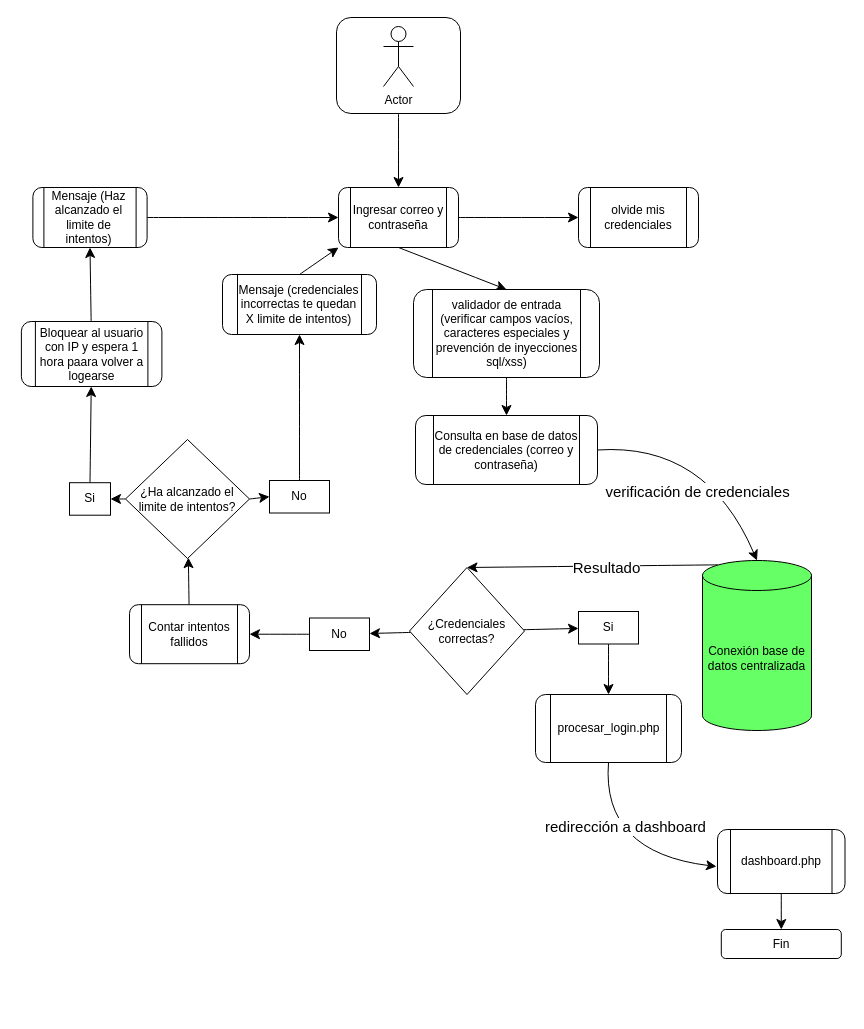
Above: digramas/1.Algoritmo_login.drawio in Andreszxc2001/Sistema-Integral-de-Asistencias-SIA- (draw.io), before the change. Source tidied: cells renumbered, new cells numbered last; positions are measured from the earlier drawing's top-left corner, leaving out a move shared by most shapes. Both pictures are drawn from the tidied source at 100%, with x=0, y=0 at pixel (21, 17).
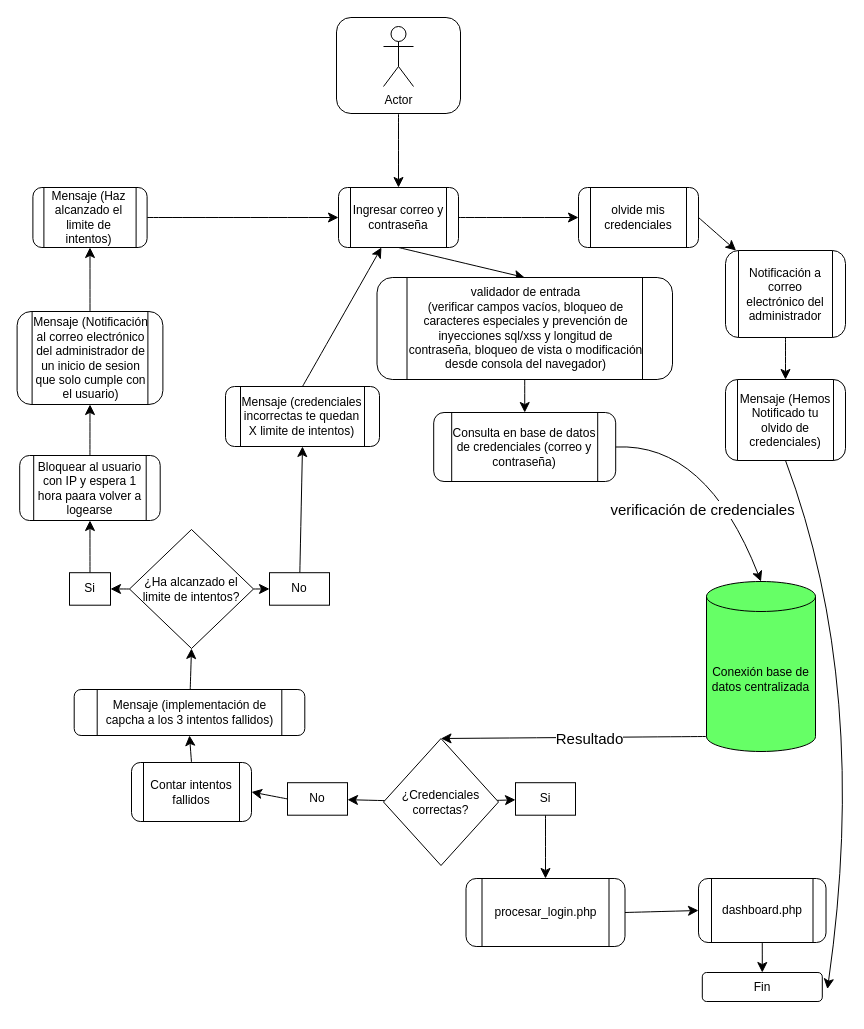
After the change.

The change refers to these unchanged cells:
```xml
<mxCell id="7" value="Ingresar correo y contraseña" style="shape=process;whiteSpace=wrap;html=1;backgroundOutline=1;rounded=1;strokeColor=default;align=center;verticalAlign=middle;fontFamily=Helvetica;fontSize=12;fontColor=default;fillColor=default;" parent="1" vertex="1">
  <mxGeometry x="317" y="170" width="120" height="60" as="geometry" />
</mxCell>
<mxCell id="22" value="olvide mis credenciales" style="shape=process;whiteSpace=wrap;html=1;backgroundOutline=1;rounded=1;strokeColor=default;align=center;verticalAlign=middle;fontFamily=Helvetica;fontSize=12;fontColor=default;fillColor=default;" parent="1" vertex="1">
  <mxGeometry x="557" y="170" width="120" height="60" as="geometry" />
</mxCell>
<mxCell id="47" value="Mensaje (Haz alcanzado el limite de intentos)" style="shape=process;whiteSpace=wrap;html=1;backgroundOutline=1;rounded=1;strokeColor=default;align=center;verticalAlign=middle;fontFamily=Helvetica;fontSize=12;fontColor=default;fillColor=default;" parent="1" vertex="1">
  <mxGeometry x="11.4" y="170" width="114.2" height="60" as="geometry" />
</mxCell>
```

Change to the diagram source:
```diff
@@
-    <mxCell id="2" style="edgeStyle=none;curved=1;rounded=0;jettySize=auto;html=1;fontFamily=Helvetica;fontSize=12;fontColor=default;startSize=8;endSize=8;exitX=0.145;exitY=0;exitDx=0;exitDy=4.35;exitPerimeter=0;entryX=0.5;entryY=0;entryDx=0;entryDy=0;" parent="1" edge="1" source="4" target="17">
+    <mxCell id="2" style="edgeStyle=none;curved=1;rounded=0;jettySize=auto;html=1;fontFamily=Helvetica;fontSize=12;fontColor=default;startSize=8;endSize=8;entryX=0.5;entryY=0;entryDx=0;entryDy=0;exitX=0;exitY=1;exitDx=0;exitDy=-15;exitPerimeter=0;" parent="1" edge="1" source="4" target="17">
       <mxGeometry relative="1" as="geometry" />
     </mxCell>
@@
     <mxCell id="4" value="Conexión base de datos centralizada" style="shape=cylinder3;whiteSpace=wrap;html=1;boundedLbl=1;backgroundOutline=1;size=15;fillColor=light-dark(#66FF66,#66FF66);" parent="1" vertex="1">
-      <mxGeometry x="681" y="543" width="109" height="170" as="geometry" />
+      <mxGeometry x="685" y="564" width="109" height="170" as="geometry" />
     </mxCell>
@@
-    <mxCell id="9" value="validador de entrada&lt;div&gt;(verificar campos vacíos, caracteres especiales y prevención de inyecciones sql/xss)&lt;/div&gt;" style="shape=process;whiteSpace=wrap;html=1;backgroundOutline=1;rounded=1;strokeColor=default;align=center;verticalAlign=middle;fontFamily=Helvetica;fontSize=12;fontColor=default;fillColor=default;" parent="1" vertex="1">
-      <mxGeometry x="392" y="272" width="186" height="88" as="geometry" />
+    <mxCell id="9" value="validador de entrada&lt;div&gt;(verificar campos vacíos, bloqueo de caracteres especiales y prevención de inyecciones sql/xss y longitud de contraseña, bloqueo de vista o modificación desde consola del navegador)&lt;/div&gt;" style="shape=process;whiteSpace=wrap;html=1;backgroundOutline=1;rounded=1;strokeColor=default;align=center;verticalAlign=middle;fontFamily=Helvetica;fontSize=12;fontColor=default;fillColor=default;" parent="1" vertex="1">
+      <mxGeometry x="355.5" y="260" width="295.5" height="102" as="geometry" />
     </mxCell>
     <mxCell id="10" value="Consulta en base de datos de credenciales (correo y contraseña)" style="shape=process;whiteSpace=wrap;html=1;backgroundOutline=1;rounded=1;strokeColor=default;align=center;verticalAlign=middle;fontFamily=Helvetica;fontSize=12;fontColor=default;fillColor=default;" parent="1" vertex="1">
-      <mxGeometry x="394" y="398" width="182" height="69" as="geometry" />
+      <mxGeometry x="412.2" y="395" width="182" height="69" as="geometry" />
     </mxCell>
@@
     <mxCell id="17" value="¿Credenciales correctas?" style="rhombus;whiteSpace=wrap;html=1;fillColor=light-dark(#FFFFFF,#66FF66);" parent="1" vertex="1">
-      <mxGeometry x="388" y="550" width="115" height="127" as="geometry" />
+      <mxGeometry x="362" y="721" width="115" height="127" as="geometry" />
     </mxCell>
@@
     <mxCell id="19" value="No" style="whiteSpace=wrap;html=1;fillColor=light-dark(#FFFFFF,#66FF66);" parent="1" vertex="1">
-      <mxGeometry x="288" y="600.5" width="60" height="32.5" as="geometry" />
+      <mxGeometry x="266" y="765.2" width="60" height="32.5" as="geometry" />
     </mxCell>
@@
     <mxCell id="21" value="Si" style="whiteSpace=wrap;html=1;fillColor=light-dark(#FFFFFF,#66FF66);" parent="1" vertex="1">
-      <mxGeometry x="557" y="594" width="60" height="32.5" as="geometry" />
+      <mxGeometry x="494" y="765.2" width="60" height="32.5" as="geometry" />
     </mxCell>
+    <mxCell id="48" style="edgeStyle=none;curved=1;rounded=0;jettySize=auto;html=1;fontSize=12;startSize=8;endSize=8;exitX=1;exitY=0.5;exitDx=0;exitDy=0;" parent="1" edge="1" source="22" target="58">
+      <mxGeometry relative="1" as="geometry" />
+    </mxCell>
@@
-    <mxCell id="23" style="edgeStyle=none;curved=1;rounded=0;jettySize=auto;html=1;exitX=0.5;exitY=0;exitDx=0;exitDy=0;entryX=0;entryY=1;entryDx=0;entryDy=0;fontFamily=Helvetica;fontSize=12;fontColor=default;startSize=8;endSize=8;" parent="1" edge="1" source="24" target="7">
+    <mxCell id="23" style="edgeStyle=none;curved=1;rounded=0;jettySize=auto;html=1;exitX=0.5;exitY=0;exitDx=0;exitDy=0;fontFamily=Helvetica;fontSize=12;fontColor=default;startSize=8;endSize=8;" parent="1" edge="1" source="24" target="7">
       <mxGeometry relative="1" as="geometry" />
     </mxCell>
     <mxCell id="24" value="Mensaje (credenciales incorrectas te quedan X limite de intentos)" style="shape=process;whiteSpace=wrap;html=1;backgroundOutline=1;rounded=1;strokeColor=default;align=center;verticalAlign=middle;fontFamily=Helvetica;fontSize=12;fontColor=default;fillColor=default;" parent="1" vertex="1">
-      <mxGeometry x="201" y="257" width="154" height="60" as="geometry" />
+      <mxGeometry x="204" y="369" width="154" height="60" as="geometry" />
     </mxCell>
@@
-    <mxCell id="26" style="edgeStyle=none;curved=1;rounded=0;jettySize=auto;html=1;exitX=0.5;exitY=1;exitDx=0;exitDy=0;fontFamily=Helvetica;fontSize=12;fontColor=default;startSize=8;endSize=8;" parent="1" edge="1" source="29">
-      <mxGeometry relative="1" as="geometry">
-        <mxPoint x="695" y="849" as="targetPoint" />
-        <Array as="points">
-          <mxPoint x="580" y="835" />
-        </Array>
-      </mxGeometry>
-    </mxCell>
-    <mxCell id="27" style="edgeLabel;html=1;align=center;verticalAlign=middle;fontSize=12;rounded=1;strokeColor=default;fontFamily=Helvetica;fontColor=default;fillColor=default;" parent="26" vertex="1">
-      <mxGeometry x="-0.4" y="19" relative="1" as="geometry" />
-    </mxCell>
-    <mxCell id="28" value="&lt;span style=&quot;font-size: 15px;&quot;&gt;redirección a dashboard&lt;/span&gt;" style="edgeLabel;html=1;align=center;verticalAlign=middle;fontSize=12;rounded=1;strokeColor=default;fontFamily=Helvetica;fontColor=default;fillColor=default;" parent="26" vertex="1">
-      <mxGeometry x="-0.4" y="21" relative="1" as="geometry" />
-    </mxCell>
+    <mxCell id="49" style="edgeStyle=none;curved=1;rounded=0;jettySize=auto;html=1;exitX=1;exitY=0.5;exitDx=0;exitDy=0;entryX=0;entryY=0.5;entryDx=0;entryDy=0;fontSize=12;startSize=8;endSize=8;" parent="1" edge="1" source="29" target="31">
+      <mxGeometry relative="1" as="geometry" />
+    </mxCell>
     <mxCell id="29" value="procesar_login.php" style="shape=process;whiteSpace=wrap;html=1;backgroundOutline=1;rounded=1;strokeColor=default;align=center;verticalAlign=middle;fontFamily=Helvetica;fontSize=12;fontColor=default;fillColor=default;" parent="1" vertex="1">
-      <mxGeometry x="514" y="677" width="146" height="68" as="geometry" />
+      <mxGeometry x="444.5" y="861" width="159" height="68" as="geometry" />
     </mxCell>
@@
     <mxCell id="31" value="dashboard.php" style="shape=process;whiteSpace=wrap;html=1;backgroundOutline=1;rounded=1;strokeColor=default;align=center;verticalAlign=middle;fontFamily=Helvetica;fontSize=12;fontColor=default;fillColor=default;" parent="1" vertex="1">
-      <mxGeometry x="696" y="812" width="127.5" height="64" as="geometry" />
+      <mxGeometry x="677" y="861" width="127.5" height="64" as="geometry" />
     </mxCell>
     <mxCell id="32" value="Fin" style="whiteSpace=wrap;html=1;rounded=1;" parent="1" vertex="1">
-      <mxGeometry x="699.8" y="912" width="120" height="29" as="geometry" />
+      <mxGeometry x="680.8" y="955" width="120" height="29" as="geometry" />
     </mxCell>
@@
-    <mxCell id="35" style="edgeStyle=none;curved=1;rounded=0;jettySize=auto;html=1;fontFamily=Helvetica;fontSize=12;fontColor=default;startSize=8;endSize=8;" parent="1" edge="1" source="36" target="39">
+    <mxCell id="35" style="edgeStyle=none;curved=1;rounded=0;jettySize=auto;html=1;fontFamily=Helvetica;fontSize=12;fontColor=default;startSize=8;endSize=8;entryX=0.5;entryY=1;entryDx=0;entryDy=0;exitX=0.5;exitY=0;exitDx=0;exitDy=0;" parent="1" edge="1" source="36" target="52">
       <mxGeometry relative="1" as="geometry" />
     </mxCell>
     <mxCell id="36" value="Contar intentos fallidos" style="shape=process;whiteSpace=wrap;html=1;backgroundOutline=1;rounded=1;strokeColor=default;align=center;verticalAlign=middle;fontFamily=Helvetica;fontSize=12;fontColor=default;fillColor=default;" parent="1" vertex="1">
-      <mxGeometry x="108" y="587.2" width="120" height="59" as="geometry" />
+      <mxGeometry x="110" y="745" width="120" height="59" as="geometry" />
     </mxCell>
@@
     <mxCell id="39" value="&lt;font&gt;¿Ha alcanzado el limite de intentos?&lt;/font&gt;" style="rhombus;whiteSpace=wrap;html=1;fillColor=light-dark(#FFFFFF,#66FF66);" parent="1" vertex="1">
-      <mxGeometry x="104" y="422" width="124" height="119" as="geometry" />
+      <mxGeometry x="108" y="512" width="124" height="119" as="geometry" />
     </mxCell>
-    <mxCell id="40" style="edgeStyle=none;curved=1;rounded=0;jettySize=auto;html=1;entryX=0.5;entryY=1;entryDx=0;entryDy=0;fontFamily=Helvetica;fontSize=12;fontColor=default;startSize=8;endSize=8;" parent="1" edge="1" source="41" target="24">
+    <mxCell id="40" style="edgeStyle=none;curved=1;rounded=0;jettySize=auto;html=1;fontFamily=Helvetica;fontSize=12;fontColor=default;startSize=8;endSize=8;entryX=0.5;entryY=1;entryDx=0;entryDy=0;" parent="1" edge="1" source="41" target="24">
       <mxGeometry relative="1" as="geometry" />
     </mxCell>
     <mxCell id="41" value="No" style="whiteSpace=wrap;html=1;fillColor=light-dark(#FFFFFF,#66FF66);" parent="1" vertex="1">
-      <mxGeometry x="248" y="463" width="60" height="32.5" as="geometry" />
+      <mxGeometry x="248" y="555.2" width="60" height="32.5" as="geometry" />
     </mxCell>
@@
     <mxCell id="43" value="Si" style="whiteSpace=wrap;html=1;fillColor=light-dark(#FFFFFF,#66FF66);" parent="1" vertex="1">
-      <mxGeometry x="48" y="465.2" width="41" height="32.5" as="geometry" />
+      <mxGeometry x="48" y="555.2" width="41" height="32.5" as="geometry" />
     </mxCell>
-    <mxCell id="44" style="edgeStyle=none;curved=1;rounded=0;jettySize=auto;html=1;fontFamily=Helvetica;fontSize=12;fontColor=default;startSize=8;endSize=8;entryX=0.5;entryY=1;entryDx=0;entryDy=0;" parent="1" edge="1" source="45" target="47">
-      <mxGeometry relative="1" as="geometry" />
-    </mxCell>
+    <mxCell id="50" style="edgeStyle=none;curved=1;rounded=0;jettySize=auto;html=1;exitX=0.5;exitY=0;exitDx=0;exitDy=0;entryX=0.5;entryY=1;entryDx=0;entryDy=0;fontSize=12;startSize=8;endSize=8;" parent="1" edge="1" source="45" target="55">
+      <mxGeometry relative="1" as="geometry" />
+    </mxCell>
     <mxCell id="45" value="Bloquear al usuario con IP y espera 1 hora paara volver a logearse" style="shape=process;whiteSpace=wrap;html=1;backgroundOutline=1;rounded=1;strokeColor=default;align=center;verticalAlign=middle;fontFamily=Helvetica;fontSize=12;fontColor=default;fillColor=default;" parent="1" vertex="1">
-      <mxGeometry x="-0.1" y="304" width="140.5" height="65" as="geometry" />
+      <mxGeometry x="-1.8" y="438" width="140.5" height="65" as="geometry" />
     </mxCell>
@@
+    <mxCell id="51" style="edgeStyle=none;curved=1;rounded=0;jettySize=auto;html=1;fontSize=12;startSize=8;endSize=8;entryX=0.5;entryY=1;entryDx=0;entryDy=0;" parent="1" edge="1" source="52" target="39">
+      <mxGeometry relative="1" as="geometry" />
+    </mxCell>
+    <mxCell id="52" value="Mensaje (implementación de capcha a los 3 intentos fallidos)" style="shape=process;whiteSpace=wrap;html=1;backgroundOutline=1;rounded=1;strokeColor=default;align=center;verticalAlign=middle;fontFamily=Helvetica;fontSize=12;fontColor=default;fillColor=default;" parent="1" vertex="1">
+      <mxGeometry x="52.7" y="672" width="230.6" height="46" as="geometry" />
+    </mxCell>
+    <mxCell id="53" style="edgeStyle=none;curved=1;rounded=0;orthogonalLoop=1;jettySize=auto;html=1;exitX=0.5;exitY=1;exitDx=0;exitDy=0;fontSize=12;startSize=8;endSize=8;" parent="1" edge="1" source="32" target="32">
+      <mxGeometry relative="1" as="geometry" />
+    </mxCell>
+    <mxCell id="54" style="edgeStyle=none;curved=1;rounded=0;jettySize=auto;html=1;entryX=0.5;entryY=1;entryDx=0;entryDy=0;fontSize=12;startSize=8;endSize=8;" parent="1" edge="1" source="55" target="47">
+      <mxGeometry relative="1" as="geometry" />
+    </mxCell>
+    <mxCell id="55" value="Mensaje (Notificación al correo electrónico del administrador de un inicio de sesion que solo cumple con el usuario)" style="shape=process;whiteSpace=wrap;html=1;backgroundOutline=1;rounded=1;strokeColor=default;align=center;verticalAlign=middle;fontFamily=Helvetica;fontSize=12;fontColor=default;fillColor=default;" parent="1" vertex="1">
+      <mxGeometry x="-4.4" y="294" width="145.8" height="93" as="geometry" />
+    </mxCell>
+    <mxCell id="56" style="edgeStyle=none;curved=1;rounded=0;jettySize=auto;html=1;fontSize=12;startSize=8;endSize=8;exitX=0.5;exitY=1;exitDx=0;exitDy=0;" parent="1" edge="1" source="59">
+      <mxGeometry relative="1" as="geometry">
+        <mxPoint x="805.9" y="971.6" as="targetPoint" />
+        <Array as="points">
+          <mxPoint x="849" y="670" />
+        </Array>
+      </mxGeometry>
+    </mxCell>
+    <mxCell id="57" style="edgeStyle=none;curved=1;rounded=0;jettySize=auto;html=1;fontSize=12;startSize=8;endSize=8;entryX=0.5;entryY=0;entryDx=0;entryDy=0;" parent="1" edge="1" source="58" target="59">
+      <mxGeometry relative="1" as="geometry" />
+    </mxCell>
+    <mxCell id="58" value="Notificación a correo electrónico del administrador" style="shape=process;whiteSpace=wrap;html=1;backgroundOutline=1;rounded=1;strokeColor=default;align=center;verticalAlign=middle;fontFamily=Helvetica;fontSize=12;fontColor=default;fillColor=default;" parent="1" vertex="1">
+      <mxGeometry x="704" y="233" width="120" height="87" as="geometry" />
+    </mxCell>
+    <mxCell id="59" value="Mensaje (Hemos Notificado tu olvido de credenciales)" style="shape=process;whiteSpace=wrap;html=1;backgroundOutline=1;rounded=1;strokeColor=default;align=center;verticalAlign=middle;fontFamily=Helvetica;fontSize=12;fontColor=default;fillColor=default;" parent="1" vertex="1">
+      <mxGeometry x="704" y="362" width="120" height="81" as="geometry" />
+    </mxCell>
```
